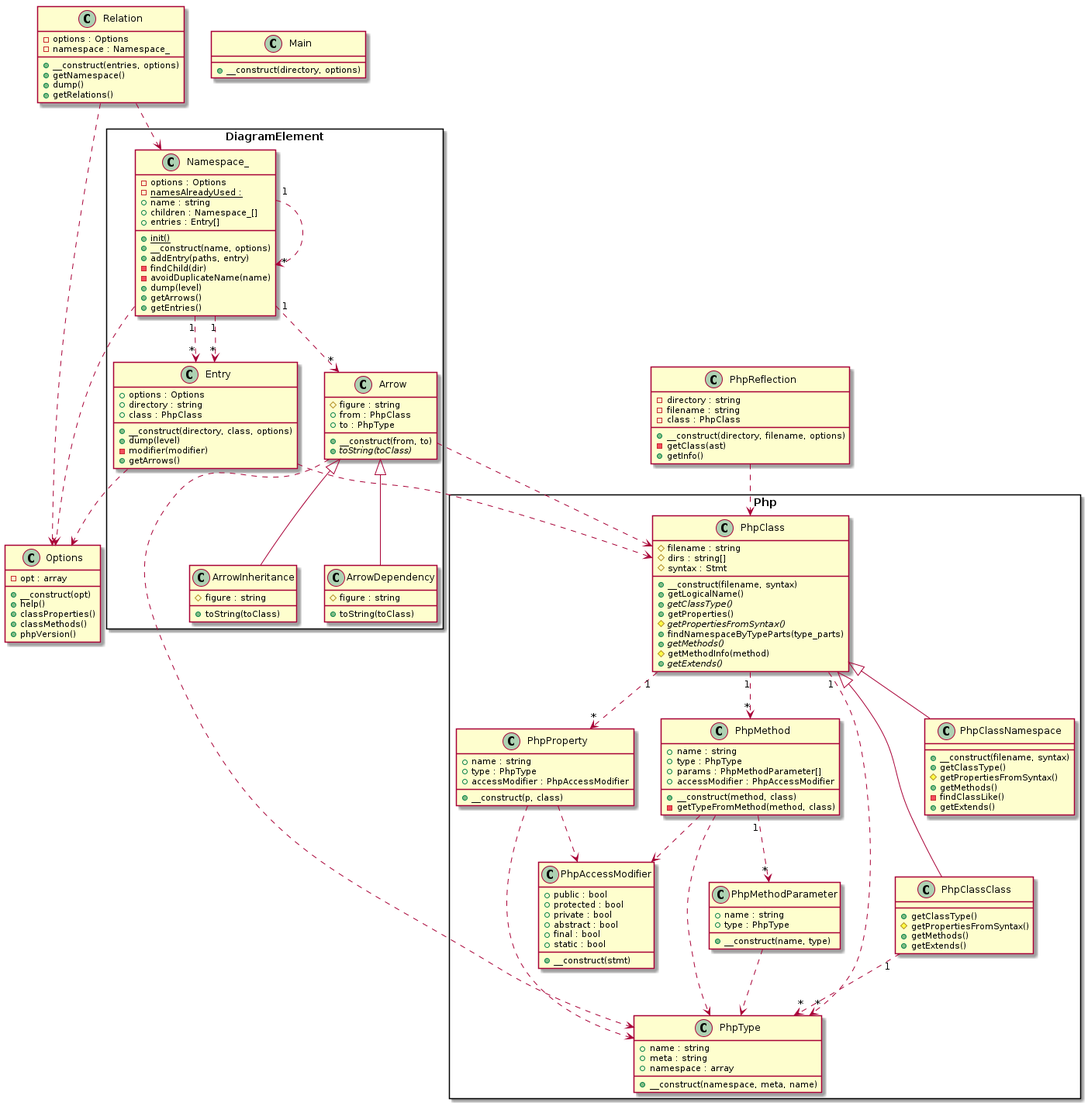
Before: dogfood.png, a diagram exported from PlantUML (smeghead/php-class-diagram).
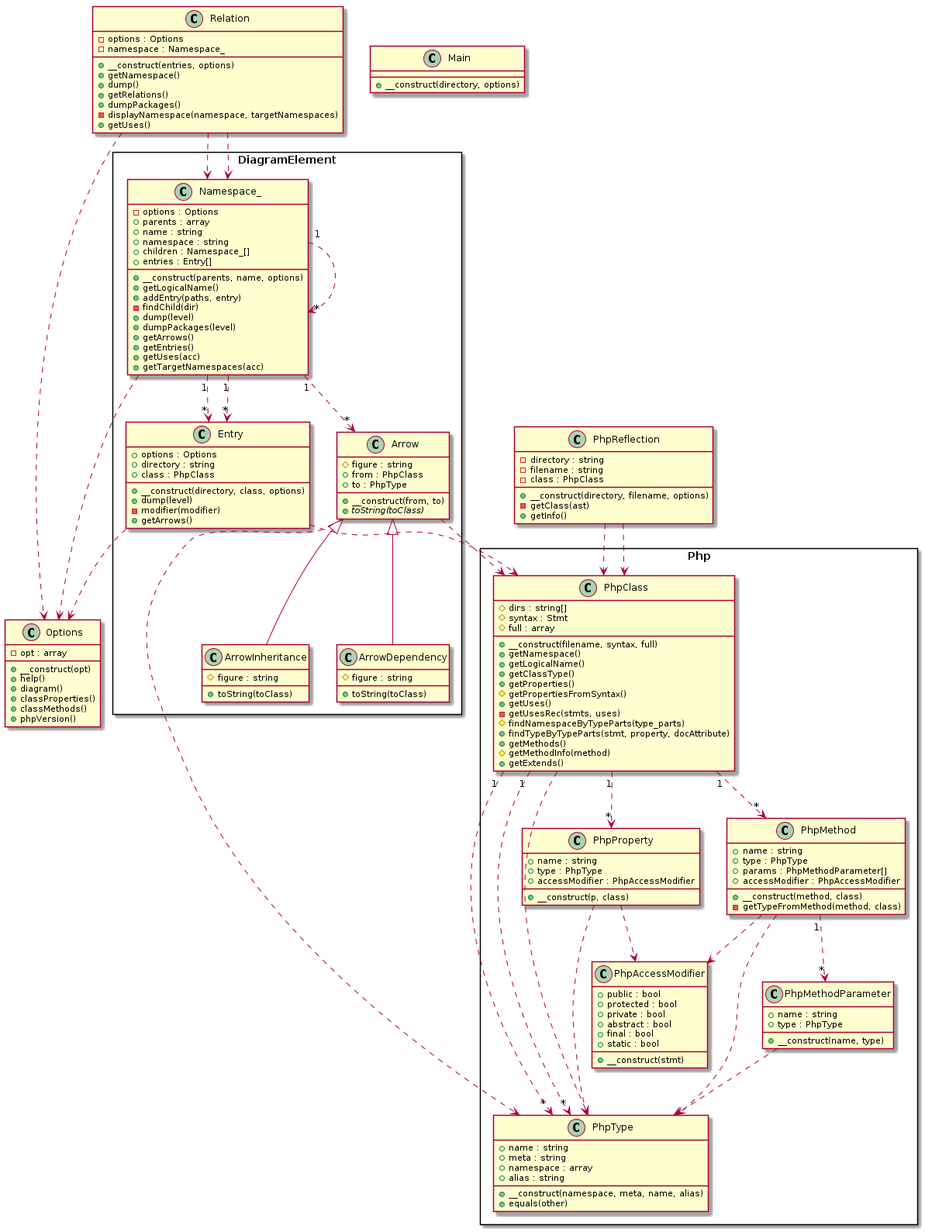
Later version of the same file.

Commit message:
refactor class structure. remove PhpClassClass and PhpClassNamespace.

Change to the diagram source:
```diff
@@ -3,6 +3,7 @@
     -opt : array
     +__construct(opt)
     +help()
+    +diagram()
     +classProperties()
     +classMethods()
     +phpVersion()
@@ -17,6 +18,9 @@
     +getNamespace()
     +dump()
     +getRelations()
+    +dumpPackages()
+    -displayNamespace(namespace, targetNamespaces)
+    +getUses()
   }
   class PhpReflection {
     -directory : string
@@ -26,25 +30,11 @@
     -getClass(ast)
     +getInfo()
   }
-  package "Php" <<Rectangle>> {
+  package Php as Php <<Rectangle>> {
     class Php.PhpMethodParameter {
       +name : string
       +type : PhpType
       +__construct(name, type)
-    }
-    class Php.PhpClassClass {
-      +getClassType()
-      #getPropertiesFromSyntax()
-      +getMethods()
-      +getExtends()
-    }
-    class Php.PhpClassNamespace {
-      +__construct(filename, syntax)
-      +getClassType()
-      #getPropertiesFromSyntax()
-      +getMethods()
-      -findClassLike()
-      +getExtends()
     }
     class Php.PhpProperty {
       +name : string
@@ -53,18 +43,22 @@
       +__construct(p, class)
     }
     class Php.PhpClass {
-      #filename : string
       #dirs : string[]
       #syntax : Stmt
-      +__construct(filename, syntax)
+      #full : array
+      +__construct(filename, syntax, full)
+      +getNamespace()
       +getLogicalName()
-      {abstract} +getClassType()
+      +getClassType()
       +getProperties()
-      {abstract} #getPropertiesFromSyntax()
-      +findNamespaceByTypeParts(type_parts)
-      {abstract} +getMethods()
+      #getPropertiesFromSyntax()
+      +getUses()
+      -getUsesRec(stmts, uses)
+      #findNamespaceByTypeParts(type_parts)
+      +findTypeByTypeParts(stmt, property, docAttribute)
+      +getMethods()
       #getMethodInfo(method)
-      {abstract} +getExtends()
+      +getExtends()
     }
     class Php.PhpMethod {
       +name : string
@@ -87,10 +81,12 @@
       +name : string
       +meta : string
       +namespace : array
-      +__construct(namespace, meta, name)
+      +alias : string
+      +__construct(namespace, meta, name, alias)
+      +equals(other)
     }
   }
-  package "DiagramElement" <<Rectangle>> {
+  package DiagramElement as DiagramElement <<Rectangle>> {
     class DiagramElement.ArrowInheritance {
       #figure : string
       +toString(toClass)
@@ -113,18 +109,21 @@
     }
     class DiagramElement.Namespace_ {
       -options : Options
-      {static} -namesAlreadyUsed :
+      +parents : array
       +name : string
+      +namespace : string
       +children : Namespace_[]
       +entries : Entry[]
-      {static} +init()
-      +__construct(name, options)
+      +__construct(parents, name, options)
+      +getLogicalName()
       +addEntry(paths, entry)
       -findChild(dir)
-      -avoidDuplicateName(name)
       +dump(level)
+      +dumpPackages(level)
       +getArrows()
       +getEntries()
+      +getUses(acc)
+      +getTargetNamespaces(acc)
     }
     class DiagramElement.ArrowDependency {
       #figure : string
@@ -145,9 +144,8 @@
   Php.PhpClass "1" ..> "*" Php.PhpMethod
   Php.PhpClass "1" ..> "*" Php.PhpProperty
   Php.PhpClass "1" ..> "*" Php.PhpType
-  Php.PhpClass <|-- Php.PhpClassClass
-  Php.PhpClass <|-- Php.PhpClassNamespace
-  Php.PhpClassClass "1" ..> "*" Php.PhpType
+  Php.PhpClass "1" ..> "*" Php.PhpType
+  Php.PhpClass ..> Php.PhpType
   Php.PhpMethod "1" ..> "*" Php.PhpMethodParameter
   Php.PhpMethod ..> Php.PhpAccessModifier
   Php.PhpMethod ..> Php.PhpType
@@ -155,6 +153,8 @@
   Php.PhpProperty ..> Php.PhpAccessModifier
   Php.PhpProperty ..> Php.PhpType
   PhpReflection ..> Php.PhpClass
+  PhpReflection ..> Php.PhpClass
+  Relation ..> DiagramElement.Namespace_
   Relation ..> DiagramElement.Namespace_
   Relation ..> Options
 @enduml
```
